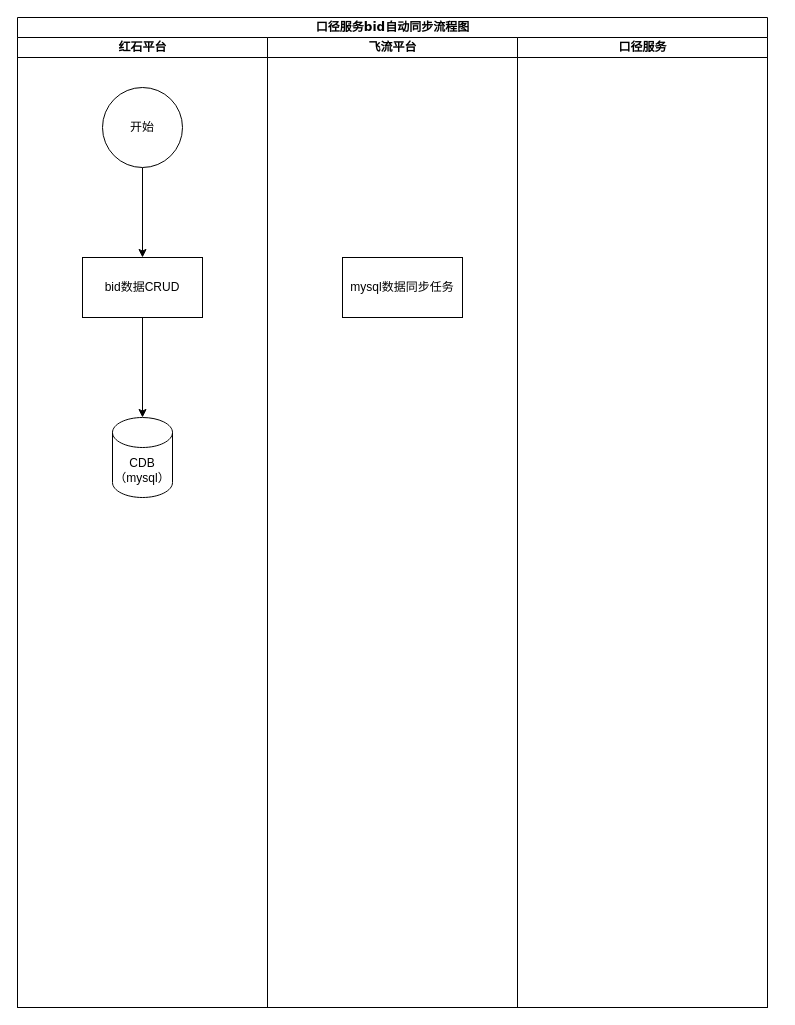
Earlier version of the draw.io diagram 未命名绘图.drawio (Fuu3214/docs). Source tidied: cells renumbered, new cells numbered last; positions are measured from the earlier drawing's top-left corner, leaving out a move shared by most shapes. Both pictures are drawn from the tidied source at 100%, with x=0, y=0 at pixel (17, 17).
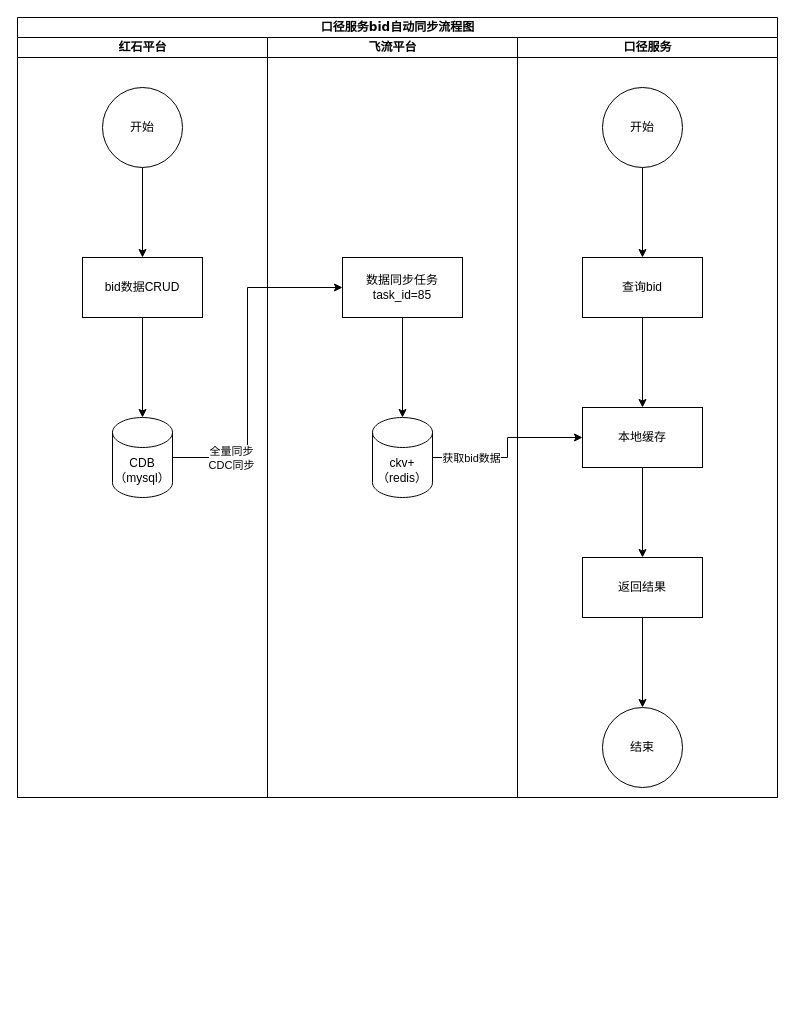
After the change.

Commit message (it also covers changes not shown here):
口径服务bid自动同步流程图.drawio

The change refers to these unchanged cells:
```xml
<mxCell id="6" value="CDB（mysql）" style="shape=cylinder3;whiteSpace=wrap;html=1;boundedLbl=1;backgroundOutline=1;size=15;" parent="3" vertex="1">
  <mxGeometry x="95" y="380" width="60" height="80" as="geometry" />
</mxCell>
```

Diff of the diagram source:
```diff
@@
     <mxCell id="2" value="口径服务bid自动同步流程图" style="swimlane;html=1;startSize=20;rounded=0;shadow=0;comic=0;labelBackgroundColor=none;strokeWidth=1;fontFamily=Verdana;fontSize=12;align=center;" parent="1" vertex="1">
-      <mxGeometry width="750" height="990" as="geometry" />
+      <mxGeometry width="760" height="780" as="geometry" />
     </mxCell>
     <mxCell id="3" value="红石平台" style="swimlane;html=1;startSize=20;" parent="2" vertex="1">
-      <mxGeometry y="20" width="250" height="970" as="geometry" />
+      <mxGeometry y="20" width="250" height="760" as="geometry" />
     </mxCell>
@@
     <mxCell id="9" value="飞流平台" style="swimlane;html=1;startSize=20;" parent="2" vertex="1">
-      <mxGeometry x="250" y="20" width="250" height="970" as="geometry" />
+      <mxGeometry x="250" y="20" width="250" height="760" as="geometry" />
     </mxCell>
+    <mxCell id="12" style="edgeStyle=orthogonalEdgeStyle;rounded=0;jettySize=auto;html=1;" parent="9" edge="1" source="10" target="13">
+      <mxGeometry relative="1" as="geometry" />
+    </mxCell>
-    <mxCell id="10" value="mysql数据同步任务" style="rounded=0;whiteSpace=wrap;html=1;" parent="9" vertex="1">
+    <mxCell id="10" value="数据同步任务&lt;br&gt;task_id=85" style="rounded=0;whiteSpace=wrap;html=1;" parent="9" vertex="1">
       <mxGeometry x="75" y="220" width="120" height="60" as="geometry" />
     </mxCell>
+    <mxCell id="13" value="ckv+（redis）" style="shape=cylinder3;whiteSpace=wrap;html=1;boundedLbl=1;backgroundOutline=1;size=15;" parent="9" vertex="1">
+      <mxGeometry x="105" y="380" width="60" height="80" as="geometry" />
+    </mxCell>
+    <mxCell id="14" style="edgeStyle=orthogonalEdgeStyle;rounded=0;jettySize=auto;html=1;exitX=1;exitY=0.5;exitDx=0;exitDy=0;exitPerimeter=0;entryX=0;entryY=0.5;entryDx=0;entryDy=0;" parent="2" edge="1" source="6" target="10">
+      <mxGeometry relative="1" as="geometry">
+        <Array as="points">
+          <mxPoint x="230" y="440" />
+          <mxPoint x="230" y="270" />
+        </Array>
+      </mxGeometry>
+    </mxCell>
+    <mxCell id="15" value="全量同步&lt;br&gt;CDC同步" style="edgeLabel;html=1;align=center;verticalAlign=middle;" parent="14" vertex="1">
+      <mxGeometry x="-0.66" relative="1" as="geometry" />
+    </mxCell>
+    <mxCell id="16" style="edgeStyle=orthogonalEdgeStyle;rounded=0;jettySize=auto;html=1;entryX=0;entryY=0.5;entryDx=0;entryDy=0;" parent="2" edge="1" source="13" target="23">
+      <mxGeometry relative="1" as="geometry" />
+    </mxCell>
+    <mxCell id="17" value="获取bid数据" style="edgeLabel;html=1;align=center;verticalAlign=middle;" parent="16" vertex="1">
+      <mxGeometry x="-0.55" y="-2" relative="1" as="geometry">
+        <mxPoint y="-2" as="offset" />
+      </mxGeometry>
+    </mxCell>
     <mxCell id="11" value="口径服务" style="swimlane;html=1;startSize=20;" parent="2" vertex="1">
-      <mxGeometry x="500" y="20" width="250" height="970" as="geometry" />
+      <mxGeometry x="500" y="20" width="260" height="760" as="geometry" />
     </mxCell>
+    <mxCell id="18" style="edgeStyle=orthogonalEdgeStyle;rounded=0;jettySize=auto;html=1;" parent="11" edge="1" source="19" target="21">
+      <mxGeometry relative="1" as="geometry" />
+    </mxCell>
+    <mxCell id="19" value="开始" style="ellipse;whiteSpace=wrap;html=1;" parent="11" vertex="1">
+      <mxGeometry x="85" y="50" width="80" height="80" as="geometry" />
+    </mxCell>
+    <mxCell id="20" style="edgeStyle=orthogonalEdgeStyle;rounded=0;jettySize=auto;html=1;" parent="11" edge="1" source="21" target="23">
+      <mxGeometry relative="1" as="geometry" />
+    </mxCell>
+    <mxCell id="21" value="查询bid" style="rounded=0;whiteSpace=wrap;html=1;" parent="11" vertex="1">
+      <mxGeometry x="65" y="220" width="120" height="60" as="geometry" />
+    </mxCell>
+    <mxCell id="22" style="edgeStyle=orthogonalEdgeStyle;rounded=0;jettySize=auto;html=1;" parent="11" edge="1" source="23" target="25">
+      <mxGeometry relative="1" as="geometry" />
+    </mxCell>
+    <mxCell id="23" value="本地缓存" style="rounded=0;whiteSpace=wrap;html=1;" parent="11" vertex="1">
+      <mxGeometry x="65" y="370" width="120" height="60" as="geometry" />
+    </mxCell>
+    <mxCell id="24" style="edgeStyle=orthogonalEdgeStyle;rounded=0;jettySize=auto;html=1;" parent="11" edge="1" source="25" target="26">
+      <mxGeometry relative="1" as="geometry" />
+    </mxCell>
+    <mxCell id="25" value="返回结果" style="rounded=0;whiteSpace=wrap;html=1;" parent="11" vertex="1">
+      <mxGeometry x="65" y="520" width="120" height="60" as="geometry" />
+    </mxCell>
+    <mxCell id="26" value="结束" style="ellipse;whiteSpace=wrap;html=1;" parent="11" vertex="1">
+      <mxGeometry x="85" y="670" width="80" height="80" as="geometry" />
+    </mxCell>
```
